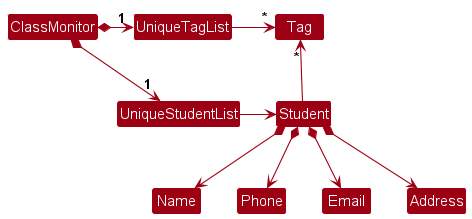
Earlier version of the PlantUML export docs/images/BetterModelClassDiagram.png (c-wenlong/tp).
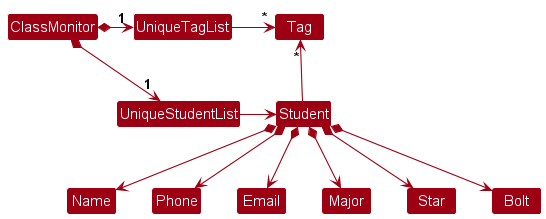
The same diagram one commit later.

Commit message:
Include Bolt in Design of Model component

Diff of the diagram source:
```diff
@@ -17,5 +17,7 @@
 Student *--> Name
 Student *--> Phone
 Student *--> Email
-Student *--> Address
+Student *--> Major
+Student *--> Star
+Student *--> Bolt
 @enduml
```
